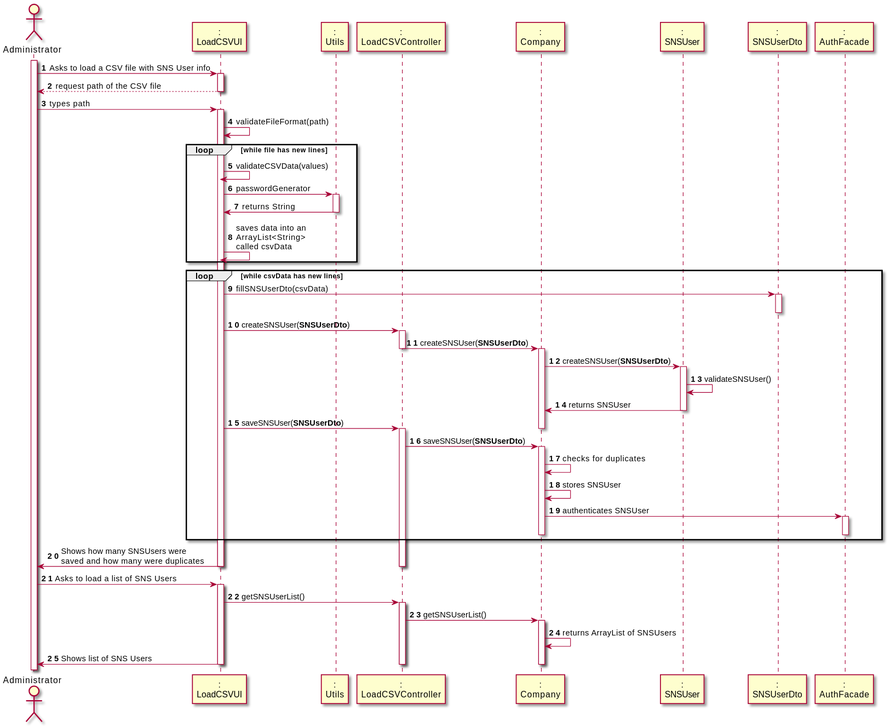
The PlantUML diagram docs/SprintC/US014/US014_SD.svg in Pirussa/lei-22-s2-1da-g02, before a commit. Its diagram source:
```plantuml
@startuml

autonumber
actor "Administrator" as USER
participant ":\nLoadCSVUI" as UI
participant ":\nUtils" as UT
participant ":\nLoadCSVController" as CTRL
participant ":\nCompany" as COMP
participant ":\nSNSUser" as CLIENT
participant ":\nSNSUserDto" as DTO
participant ":\nAuthFacade" as AUTH

activate USER
USER -> UI : Asks to load a CSV file with SNS User info
activate UI
UI --> USER : request path of the CSV file
deactivate UI

USER -> UI : types path
activate UI

UI -> UI : validateFileFormat(path)
loop while file has new lines
UI -> UI : validateCSVData(values)


deactivate UT
UI -> UT : passwordGenerator
activate UT
UT -> UI : returns String
deactivate UT
UI -> UI : saves data into an \nArrayList<String>\ncalled csvData
deactivate UT
end loop
loop while csvData has new lines
UI -> DTO : fillSNSUserDto(csvData)
activate DTO
deactivate DTO
UI -> CTRL : createSNSUser(**SNSUserDto**)
activate CTRL
CTRL -> COMP: createSNSUser(**SNSUserDto**)
deactivate CTRL
activate COMP
COMP -> CLIENT: createSNSUser(**SNSUserDto**)
activate CLIENT
CLIENT -> CLIENT: validateSNSUser()
CLIENT -> COMP: returns SNSUser
deactivate CLIENT

UI -> CTRL : saveSNSUser(**SNSUserDto**)
deactivate COMP
activate CTRL
CTRL -> COMP: saveSNSUser(**SNSUserDto**)
activate COMP

COMP -> COMP: checks for duplicates
COMP -> COMP: stores SNSUser
COMP -> AUTH: authenticates SNSUser
activate AUTH
deactivate AUTH
deactivate COMP
end loop
UI -> USER: Shows how many SNSUsers were\nsaved and how many were duplicates
deactivate CTRL
deactivate UI

USER -> UI: Asks to load a list of SNS Users
activate UI
UI -> CTRL: getSNSUserList()
activate CTRL
CTRL -> COMP: getSNSUserList()

activate COMP
COMP -> COMP: returns ArrayList of SNSUsers

UI -> USER: Shows list of SNS Users
deactivate COMP
deactivate CTRL
deactivate UI
@enduml
```
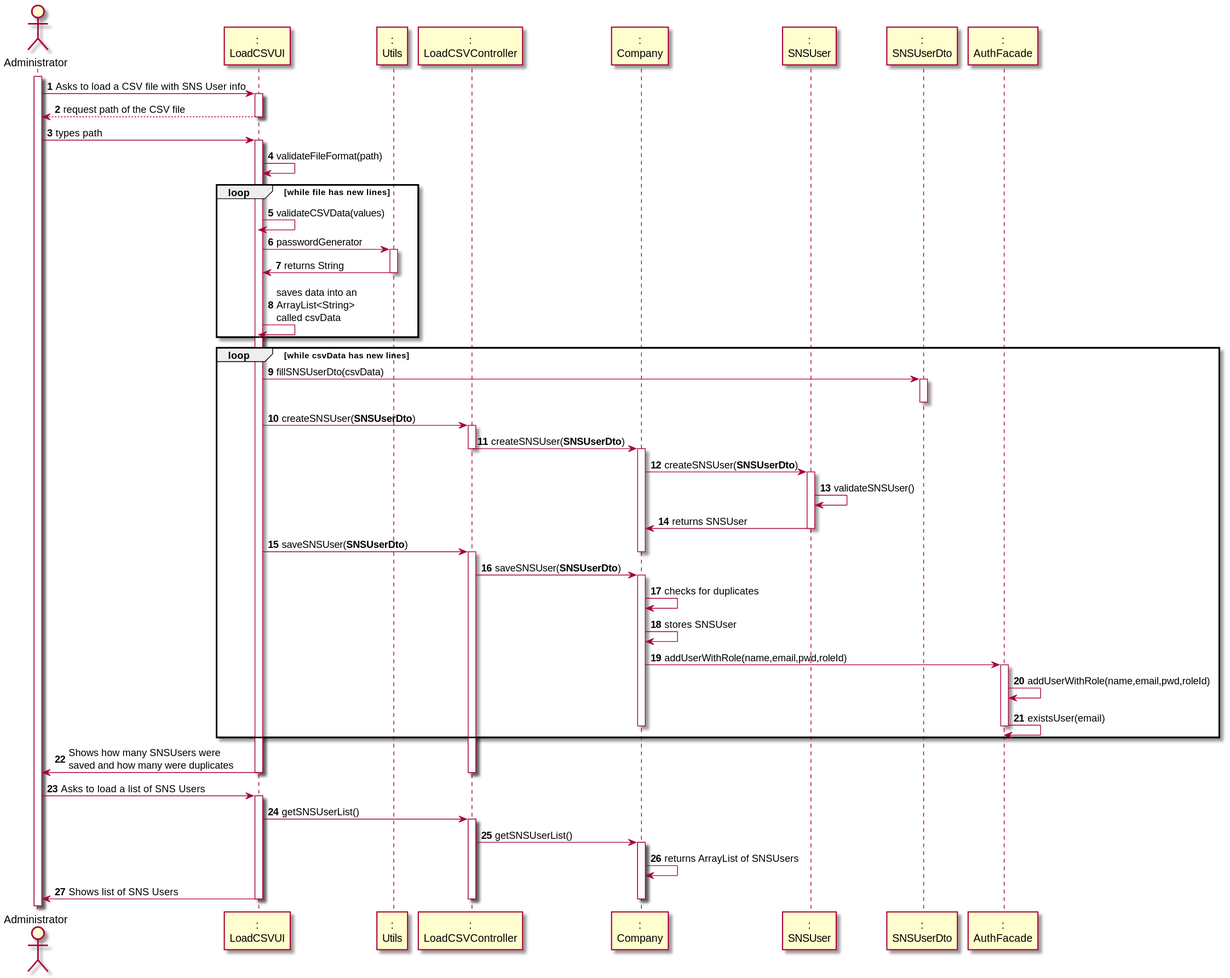
After the commit.

What changed in the source:
```diff
@@ -55,11 +55,14 @@
 
 COMP -> COMP: checks for duplicates
 COMP -> COMP: stores SNSUser
-COMP -> AUTH: authenticates SNSUser
+COMP -> AUTH: addUserWithRole(name,email,pwd,roleId)
 activate AUTH
+AUTH -> AUTH: addUserWithRole(name,email,pwd,roleId)
+AUTH -> AUTH: existsUser(email)
 deactivate AUTH
 deactivate COMP
 end loop
+
 UI -> USER: Shows how many SNSUsers were\nsaved and how many were duplicates
 deactivate CTRL
 deactivate UI
```
